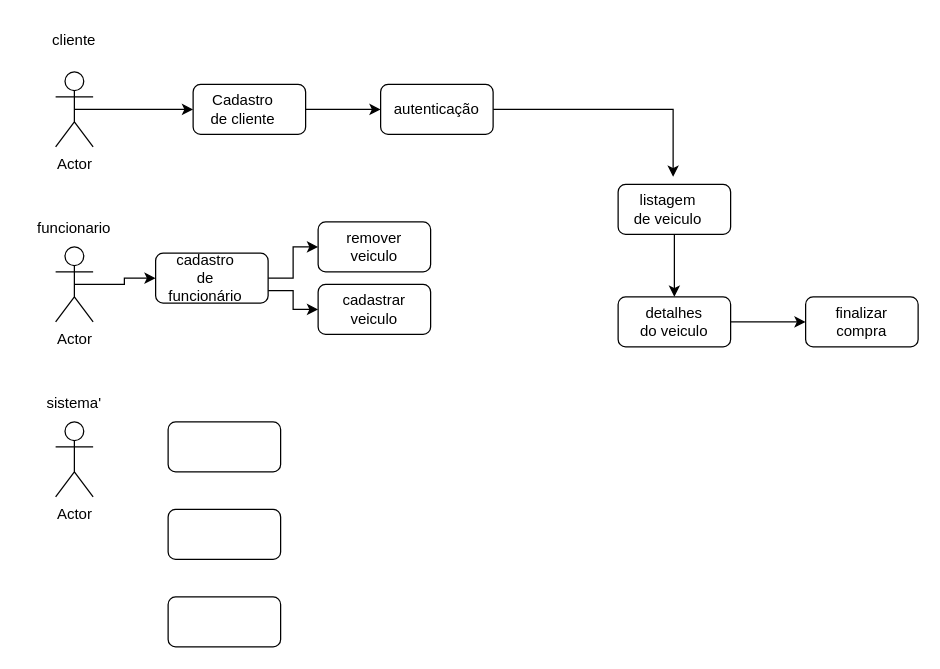
This is assets/Diagrama sem nome.drawio from PhelipiM/Devcar-ph-, a draw.io file, before an edit. Source tidied: cells renumbered, new cells numbered last; positions are measured from the earlier drawing's top-left corner, leaving out a move shared by most shapes. Both pictures are drawn from the tidied source at 125%, with x=0, y=0 at pixel (36, 21).
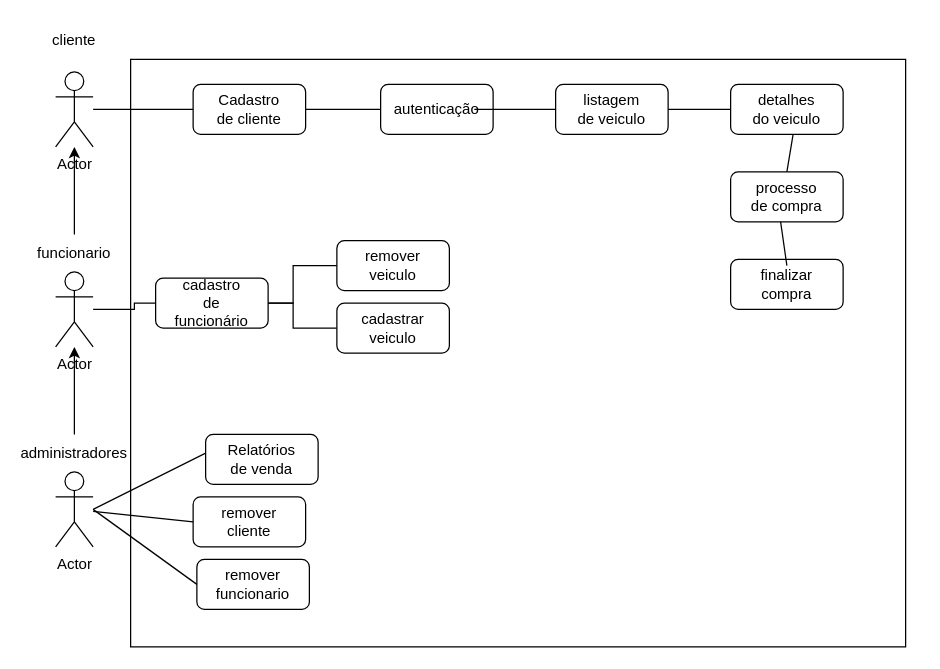
The same diagram, later.

The change refers to these unchanged cells:
```xml
<mxCell id="6" value="Actor" style="shape=umlActor;verticalLabelPosition=bottom;verticalAlign=top;html=1;outlineConnect=0;gradientColor=none;fontFamily=cliente;fillStyle=auto;" parent="1" vertex="1">
  <mxGeometry x="15" y="40" width="30" height="60" as="geometry" />
</mxCell>
<mxCell id="8" style="rounded=1;whiteSpace=wrap;html=1;" parent="1" vertex="1">
  <mxGeometry x="125" y="50" width="90" height="40" as="geometry" />
</mxCell>
<mxCell id="11" style="rounded=1;whiteSpace=wrap;html=1;" parent="1" vertex="1">
  <mxGeometry x="275" y="50" width="90" height="40" as="geometry" />
</mxCell>
<mxCell id="12" value="autenticação" style="text;html=1;strokeColor=none;fillColor=none;align=center;verticalAlign=middle;whiteSpace=wrap;rounded=0;" parent="1" vertex="1">
  <mxGeometry x="290" y="55" width="60" height="30" as="geometry" />
</mxCell>
```

Change to the diagram source:
```diff
@@
+    <mxCell id="35" style="rounded=0;whiteSpace=wrap;html=1;" parent="1" vertex="1">
+      <mxGeometry x="75" y="30" width="620" height="470" as="geometry" />
+    </mxCell>
     <mxCell id="2" value="Actor" style="shape=umlActor;verticalLabelPosition=bottom;verticalAlign=top;html=1;outlineConnect=0;fillStyle=auto;" parent="1" vertex="1">
-      <mxGeometry x="15" y="320" width="30" height="60" as="geometry" />
+      <mxGeometry x="15" y="360" width="30" height="60" as="geometry" />
     </mxCell>
-    <mxCell id="3" style="edgeStyle=orthogonalEdgeStyle;rounded=0;jettySize=auto;html=1;exitX=0.5;exitY=0.5;exitDx=0;exitDy=0;exitPerimeter=0;entryX=0;entryY=0.5;entryDx=0;entryDy=0;" parent="1" edge="1" source="4" target="30">
-      <mxGeometry relative="1" as="geometry" />
-    </mxCell>
+    <mxCell id="36" style="edgeStyle=orthogonalEdgeStyle;rounded=0;jettySize=auto;html=1;" parent="1" edge="1" source="4" target="31">
+      <mxGeometry relative="1" as="geometry">
+        <Array as="points">
+          <mxPoint x="78" y="230" />
+          <mxPoint x="78" y="225" />
+        </Array>
+      </mxGeometry>
+    </mxCell>
     <mxCell id="4" value="Actor" style="shape=umlActor;verticalLabelPosition=bottom;verticalAlign=top;html=1;outlineConnect=0;" parent="1" vertex="1">
-      <mxGeometry x="15" y="180" width="30" height="60" as="geometry" />
+      <mxGeometry x="15" y="200" width="30" height="60" as="geometry" />
     </mxCell>
-    <mxCell id="5" style="edgeStyle=orthogonalEdgeStyle;rounded=0;jettySize=auto;html=1;exitX=0.5;exitY=0.5;exitDx=0;exitDy=0;exitPerimeter=0;" parent="1" edge="1" source="6" target="8">
-      <mxGeometry relative="1" as="geometry" />
-    </mxCell>
+    <mxCell id="37" style="edgeStyle=orthogonalEdgeStyle;rounded=0;jettySize=auto;html=1;" parent="1" edge="1" source="6" target="9">
+      <mxGeometry relative="1" as="geometry" />
+    </mxCell>
@@
-    <mxCell id="7" style="edgeStyle=orthogonalEdgeStyle;rounded=0;jettySize=auto;html=1;exitX=1;exitY=0.5;exitDx=0;exitDy=0;entryX=0;entryY=0.5;entryDx=0;entryDy=0;" parent="1" edge="1" source="8" target="11">
-      <mxGeometry relative="1" as="geometry" />
-    </mxCell>
+    <mxCell id="38" style="edgeStyle=orthogonalEdgeStyle;rounded=0;jettySize=auto;html=1;" parent="1" edge="1" source="8" target="12">
+      <mxGeometry relative="1" as="geometry" />
+    </mxCell>
@@
     <mxCell id="9" value="Cadastro de cliente" style="text;html=1;strokeColor=none;fillColor=none;align=center;verticalAlign=middle;whiteSpace=wrap;rounded=0;" parent="1" vertex="1">
-      <mxGeometry x="135" y="55" width="60" height="30" as="geometry" />
+      <mxGeometry x="140" y="55" width="60" height="30" as="geometry" />
     </mxCell>
-    <mxCell id="10" style="edgeStyle=orthogonalEdgeStyle;rounded=0;jettySize=auto;html=1;exitX=1;exitY=0.5;exitDx=0;exitDy=0;entryX=0.489;entryY=-0.15;entryDx=0;entryDy=0;entryPerimeter=0;" parent="1" edge="1" source="11" target="14">
-      <mxGeometry relative="1" as="geometry" />
-    </mxCell>
@@
+    <mxCell id="39" style="edgeStyle=orthogonalEdgeStyle;rounded=0;jettySize=auto;html=1;" parent="1" edge="1" source="12" target="15">
+      <mxGeometry relative="1" as="geometry" />
+    </mxCell>
@@
-    <mxCell id="13" style="edgeStyle=orthogonalEdgeStyle;rounded=0;jettySize=auto;html=1;exitX=0.5;exitY=1;exitDx=0;exitDy=0;entryX=0.5;entryY=0;entryDx=0;entryDy=0;" parent="1" edge="1" source="14" target="17">
-      <mxGeometry relative="1" as="geometry" />
-    </mxCell>
-    <mxCell id="14" style="rounded=1;whiteSpace=wrap;html=1;" parent="1" vertex="1">
-      <mxGeometry x="465" y="130" width="90" height="40" as="geometry" />
-    </mxCell>
+    <mxCell id="40" style="rounded=1;whiteSpace=wrap;html=1;" parent="1" vertex="1">
+      <mxGeometry x="415" y="50" width="90" height="40" as="geometry" />
+    </mxCell>
+    <mxCell id="41" style="edgeStyle=orthogonalEdgeStyle;rounded=0;jettySize=auto;html=1;exitX=1;exitY=0.5;exitDx=0;exitDy=0;" parent="1" edge="1" source="40" target="18">
+      <mxGeometry relative="1" as="geometry" />
+    </mxCell>
     <mxCell id="15" value="listagem de veiculo" style="text;html=1;strokeColor=none;fillColor=none;align=center;verticalAlign=middle;whiteSpace=wrap;rounded=0;" parent="1" vertex="1">
-      <mxGeometry x="475" y="135" width="60" height="30" as="geometry" />
+      <mxGeometry x="430" y="55" width="60" height="30" as="geometry" />
     </mxCell>
-    <mxCell id="16" style="edgeStyle=orthogonalEdgeStyle;rounded=0;jettySize=auto;html=1;exitX=1;exitY=0.5;exitDx=0;exitDy=0;entryX=0;entryY=0.5;entryDx=0;entryDy=0;" parent="1" edge="1" source="17" target="26">
-      <mxGeometry relative="1" as="geometry" />
-    </mxCell>
-    <mxCell id="17" style="rounded=1;whiteSpace=wrap;html=1;" parent="1" vertex="1">
-      <mxGeometry x="465" y="220" width="90" height="40" as="geometry" />
-    </mxCell>
+    <mxCell id="42" style="rounded=1;whiteSpace=wrap;html=1;" parent="1" vertex="1">
+      <mxGeometry x="555" y="50" width="90" height="40" as="geometry" />
+    </mxCell>
     <mxCell id="18" value="detalhes do veiculo" style="text;html=1;strokeColor=none;fillColor=none;align=center;verticalAlign=middle;whiteSpace=wrap;rounded=0;" parent="1" vertex="1">
-      <mxGeometry x="480" y="225" width="60" height="30" as="geometry" />
+      <mxGeometry x="570" y="55" width="60" height="30" as="geometry" />
     </mxCell>
@@
+    <mxCell id="43" style="edgeStyle=orthogonalEdgeStyle;rounded=0;jettySize=auto;html=1;" parent="1" edge="1" source="20" target="6">
+      <mxGeometry relative="1" as="geometry" />
+    </mxCell>
     <mxCell id="20" value="funcionario" style="text;html=1;strokeColor=none;fillColor=none;align=center;verticalAlign=middle;whiteSpace=wrap;rounded=0;" parent="1" vertex="1">
-      <mxGeometry y="150" width="60" height="30" as="geometry" />
+      <mxGeometry y="170" width="60" height="30" as="geometry" />
     </mxCell>
-    <mxCell id="21" value="sistema'" style="text;html=1;strokeColor=none;fillColor=none;align=center;verticalAlign=middle;whiteSpace=wrap;rounded=0;" parent="1" vertex="1">
-      <mxGeometry y="290" width="60" height="30" as="geometry" />
-    </mxCell>
-    <mxCell id="22" style="rounded=1;whiteSpace=wrap;html=1;" parent="1" vertex="1">
-      <mxGeometry x="225" y="210" width="90" height="40" as="geometry" />
-    </mxCell>
+    <mxCell id="44" style="edgeStyle=orthogonalEdgeStyle;rounded=0;jettySize=auto;html=1;" parent="1" edge="1" source="45" target="4">
+      <mxGeometry relative="1" as="geometry" />
+    </mxCell>
+    <mxCell id="45" value="administradores" style="text;html=1;strokeColor=none;fillColor=none;align=center;verticalAlign=middle;whiteSpace=wrap;rounded=0;" parent="1" vertex="1">
+      <mxGeometry y="330" width="60" height="30" as="geometry" />
+    </mxCell>
+    <mxCell id="46" style="edgeStyle=orthogonalEdgeStyle;rounded=0;jettySize=auto;html=1;" parent="1" edge="1" source="47" target="31">
+      <mxGeometry relative="1" as="geometry" />
+    </mxCell>
+    <mxCell id="47" style="rounded=1;whiteSpace=wrap;html=1;" parent="1" vertex="1">
+      <mxGeometry x="240" y="225" width="90" height="40" as="geometry" />
+    </mxCell>
     <mxCell id="23" value="cadastrar veiculo" style="text;html=1;strokeColor=none;fillColor=none;align=center;verticalAlign=middle;whiteSpace=wrap;rounded=0;" parent="1" vertex="1">
-      <mxGeometry x="240" y="215" width="60" height="30" as="geometry" />
+      <mxGeometry x="255" y="230" width="60" height="30" as="geometry" />
     </mxCell>
-    <mxCell id="24" style="rounded=1;whiteSpace=wrap;html=1;" parent="1" vertex="1">
-      <mxGeometry x="225" y="160" width="90" height="40" as="geometry" />
-    </mxCell>
+    <mxCell id="48" style="edgeStyle=orthogonalEdgeStyle;rounded=0;jettySize=auto;html=1;" parent="1" edge="1" source="49" target="31">
+      <mxGeometry relative="1" as="geometry" />
+    </mxCell>
+    <mxCell id="49" style="rounded=1;whiteSpace=wrap;html=1;" parent="1" vertex="1">
+      <mxGeometry x="240" y="175" width="90" height="40" as="geometry" />
+    </mxCell>
     <mxCell id="25" value="remover veiculo" style="text;html=1;strokeColor=none;fillColor=none;align=center;verticalAlign=middle;whiteSpace=wrap;rounded=0;" parent="1" vertex="1">
-      <mxGeometry x="240" y="165" width="60" height="30" as="geometry" />
+      <mxGeometry x="255" y="180" width="60" height="30" as="geometry" />
     </mxCell>
-    <mxCell id="26" style="rounded=1;whiteSpace=wrap;html=1;" parent="1" vertex="1">
-      <mxGeometry x="615" y="220" width="90" height="40" as="geometry" />
-    </mxCell>
+    <mxCell id="50" style="rounded=1;whiteSpace=wrap;html=1;" parent="1" vertex="1">
+      <mxGeometry x="555" y="190" width="90" height="40" as="geometry" />
+    </mxCell>
     <mxCell id="27" value="finalizar compra" style="text;html=1;strokeColor=none;fillColor=none;align=center;verticalAlign=middle;whiteSpace=wrap;rounded=0;" parent="1" vertex="1">
-      <mxGeometry x="630" y="225" width="60" height="30" as="geometry" />
+      <mxGeometry x="570" y="195" width="60" height="30" as="geometry" />
     </mxCell>
-    <mxCell id="28" style="edgeStyle=orthogonalEdgeStyle;rounded=0;jettySize=auto;html=1;exitX=1;exitY=0.5;exitDx=0;exitDy=0;entryX=0;entryY=0.5;entryDx=0;entryDy=0;" parent="1" edge="1" source="30" target="24">
-      <mxGeometry relative="1" as="geometry" />
-    </mxCell>
-    <mxCell id="29" style="edgeStyle=orthogonalEdgeStyle;rounded=0;jettySize=auto;html=1;exitX=1;exitY=0.75;exitDx=0;exitDy=0;entryX=0;entryY=0.5;entryDx=0;entryDy=0;" parent="1" edge="1" source="30" target="22">
-      <mxGeometry relative="1" as="geometry" />
-    </mxCell>
-    <mxCell id="30" style="rounded=1;whiteSpace=wrap;html=1;" parent="1" vertex="1">
-      <mxGeometry x="95" y="185" width="90" height="40" as="geometry" />
-    </mxCell>
+    <mxCell id="51" style="rounded=1;whiteSpace=wrap;html=1;" parent="1" vertex="1">
+      <mxGeometry x="95" y="205" width="90" height="40" as="geometry" />
+    </mxCell>
+    <mxCell id="52" style="rounded=1;whiteSpace=wrap;html=1;" parent="1" vertex="1">
+      <mxGeometry x="128" y="430" width="90" height="40" as="geometry" />
+    </mxCell>
+    <mxCell id="53" style="rounded=1;whiteSpace=wrap;html=1;" parent="1" vertex="1">
+      <mxGeometry x="555" y="120" width="90" height="40" as="geometry" />
+    </mxCell>
+    <mxCell id="54" value="processo de compra" style="text;html=1;strokeColor=none;fillColor=none;align=center;verticalAlign=middle;whiteSpace=wrap;rounded=0;" parent="1" vertex="1">
+      <mxGeometry x="570" y="125" width="60" height="30" as="geometry" />
+    </mxCell>
+    <mxCell id="55" style="rounded=1;whiteSpace=wrap;html=1;" parent="1" vertex="1">
+      <mxGeometry x="125" y="380" width="90" height="40" as="geometry" />
+    </mxCell>
     <mxCell id="31" value="cadastro de funcionário" style="text;html=1;strokeColor=none;fillColor=none;align=center;verticalAlign=middle;whiteSpace=wrap;rounded=0;" parent="1" vertex="1">
-      <mxGeometry x="105" y="190" width="60" height="30" as="geometry" />
+      <mxGeometry x="110" y="210" width="60" height="30" as="geometry" />
     </mxCell>
-    <mxCell id="32" style="rounded=1;whiteSpace=wrap;html=1;" parent="1" vertex="1">
-      <mxGeometry x="105" y="320" width="90" height="40" as="geometry" />
-    </mxCell>
-    <mxCell id="33" style="rounded=1;whiteSpace=wrap;html=1;" parent="1" vertex="1">
-      <mxGeometry x="105" y="390" width="90" height="40" as="geometry" />
-    </mxCell>
-    <mxCell id="34" style="rounded=1;whiteSpace=wrap;html=1;" parent="1" vertex="1">
-      <mxGeometry x="105" y="460" width="90" height="40" as="geometry" />
-    </mxCell>
+    <mxCell id="56" value="remover cliente" style="text;html=1;strokeColor=none;fillColor=none;align=center;verticalAlign=middle;whiteSpace=wrap;rounded=0;" parent="1" vertex="1">
+      <mxGeometry x="140" y="385" width="60" height="30" as="geometry" />
+    </mxCell>
+    <mxCell id="57" value="remover funcionario" style="text;html=1;strokeColor=none;fillColor=none;align=center;verticalAlign=middle;whiteSpace=wrap;rounded=0;" parent="1" vertex="1">
+      <mxGeometry x="143" y="435" width="60" height="30" as="geometry" />
+    </mxCell>
+    <mxCell id="58" style="endArrow=none;html=1;rounded=0;entryX=0;entryY=0.5;entryDx=0;entryDy=0;" parent="1" edge="1" target="52">
+      <mxGeometry relative="1" as="geometry">
+        <mxPoint x="45" y="390" as="sourcePoint" />
+      </mxGeometry>
+    </mxCell>
+    <mxCell id="59" style="endArrow=none;html=1;rounded=0;entryX=0;entryY=0.5;entryDx=0;entryDy=0;" parent="1" edge="1" source="2" target="55">
+      <mxGeometry relative="1" as="geometry" />
+    </mxCell>
+    <mxCell id="60" style="rounded=1;whiteSpace=wrap;html=1;" parent="1" vertex="1">
+      <mxGeometry x="135" y="330" width="90" height="40" as="geometry" />
+    </mxCell>
+    <mxCell id="61" value="Relatórios de venda" style="text;html=1;strokeColor=none;fillColor=none;align=center;verticalAlign=middle;whiteSpace=wrap;rounded=0;" parent="1" vertex="1">
+      <mxGeometry x="150" y="335" width="60" height="30" as="geometry" />
+    </mxCell>
+    <mxCell id="62" style="endArrow=none;html=1;rounded=0;" parent="1" edge="1">
+      <mxGeometry relative="1" as="geometry">
+        <mxPoint x="45" y="390" as="sourcePoint" />
+        <mxPoint x="135" y="345" as="targetPoint" />
+      </mxGeometry>
+    </mxCell>
+    <mxCell id="63" style="endArrow=none;html=1;rounded=0;exitX=0.5;exitY=0;exitDx=0;exitDy=0;" parent="1" edge="1" source="53">
+      <mxGeometry relative="1" as="geometry">
+        <mxPoint x="605" y="90" as="targetPoint" />
+      </mxGeometry>
+    </mxCell>
+    <mxCell id="64" style="endArrow=none;html=1;rounded=0;exitX=0.5;exitY=0;exitDx=0;exitDy=0;" parent="1" edge="1" source="27">
+      <mxGeometry relative="1" as="geometry">
+        <mxPoint x="595" y="160" as="targetPoint" />
+      </mxGeometry>
+    </mxCell>
```
